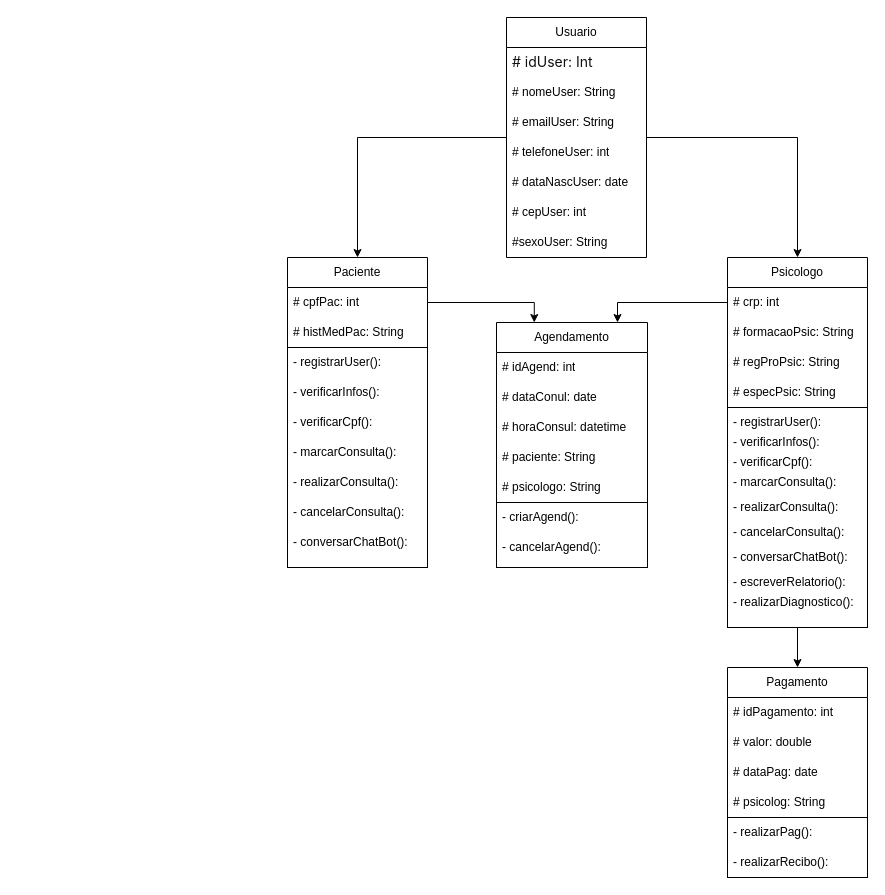
The draw.io diagram DiagramaDeClasse.drawio in PENEzz/uml, before the edit. Source tidied: cells renumbered, new cells numbered last; positions are measured from the earlier drawing's top-left corner, leaving out a move shared by most shapes. Both pictures are drawn from the tidied source at 100%, with x=0, y=0 at pixel (287, 17).
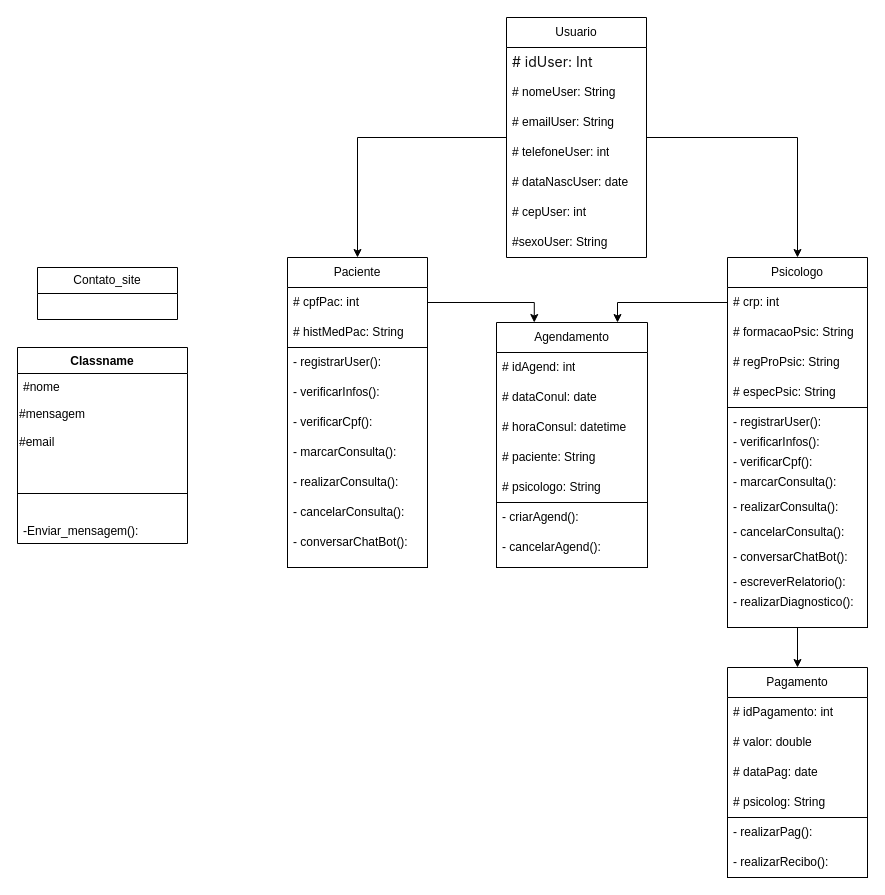
The same diagram, later.

What changed in the source:
```diff
@@
+    <mxCell id="58" value="Contato_site" style="swimlane;fontStyle=0;horizontal=1;startSize=26;fillColor=none;whiteSpace=wrap;html=1;" parent="1" vertex="1">
+      <mxGeometry x="-250" y="250" width="140" height="52" as="geometry" />
+    </mxCell>
+    <mxCell id="59" value="Classname" style="swimlane;fontStyle=1;align=center;verticalAlign=top;horizontal=1;startSize=26;whiteSpace=wrap;html=1;" parent="1" vertex="1">
+      <mxGeometry x="-270" y="330" width="170" height="196" as="geometry" />
+    </mxCell>
+    <mxCell id="60" value="#nome" style="text;strokeColor=none;fillColor=none;align=left;verticalAlign=top;spacingLeft=4;spacingRight=4;overflow=hidden;whiteSpace=wrap;html=1;" parent="59" vertex="1">
+      <mxGeometry y="26" width="170" height="26" as="geometry" />
+    </mxCell>
+    <mxCell id="61" value="&lt;div&gt;&lt;span style=&quot;text-wrap: wrap; background-color: initial;&quot;&gt;#mensagem&lt;/span&gt;&lt;br&gt;&lt;/div&gt;" style="text;html=1;align=left;verticalAlign=middle;strokeColor=none;fillColor=none;" parent="59" vertex="1">
+      <mxGeometry y="52" width="170" height="30" as="geometry" />
+    </mxCell>
+    <mxCell id="62" value="&lt;div style=&quot;text-wrap: wrap;&quot;&gt;#email&lt;br&gt;&lt;/div&gt;&lt;div&gt;&lt;br&gt;&lt;/div&gt;" style="text;html=1;align=left;verticalAlign=middle;strokeColor=none;fillColor=none;" parent="59" vertex="1">
+      <mxGeometry y="82" width="170" height="40" as="geometry" />
+    </mxCell>
+    <mxCell id="63" style="line;strokeWidth=1;fillColor=none;align=left;verticalAlign=middle;spacingTop=-1;spacingLeft=3;spacingRight=3;labelPosition=right;strokeColor=inherit;" parent="59" vertex="1">
+      <mxGeometry y="122" width="170" height="48" as="geometry" />
+    </mxCell>
+    <mxCell id="64" value="-Enviar_mensagem():" style="text;strokeColor=none;fillColor=none;align=left;verticalAlign=top;spacingLeft=4;spacingRight=4;overflow=hidden;whiteSpace=wrap;html=1;" parent="59" vertex="1">
+      <mxGeometry y="170" width="170" height="26" as="geometry" />
+    </mxCell>
```
